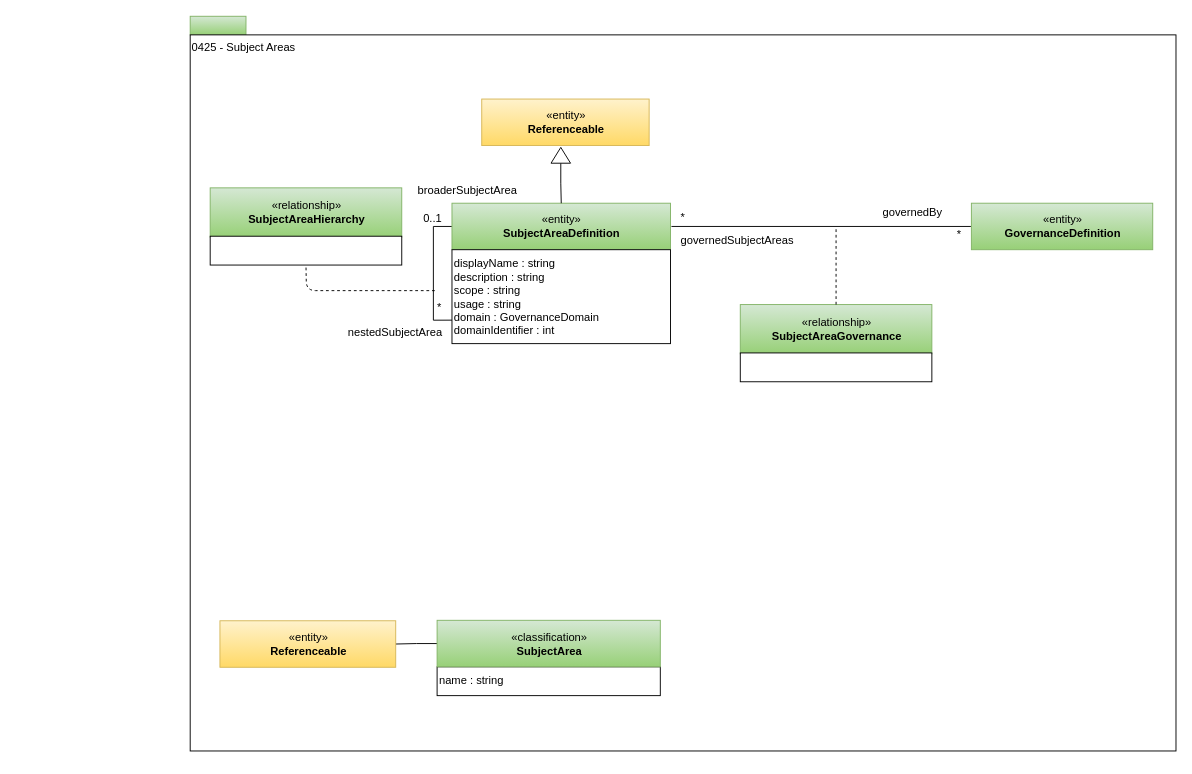
odpi/egeria keeps this draw.io diagram as page "0425-Subject-Areas" (11 of 25) of open-metadata-publication/website/open-metadata-types/area-4-governance.drawio. Above is the earlier version. Source tidied: cells renumbered, new cells numbered last; positions are measured from the earlier drawing's top-left corner, leaving out a move shared by most shapes. Both pictures are drawn from the tidied source at 93%, with x=0, y=0 at pixel (190, 16).
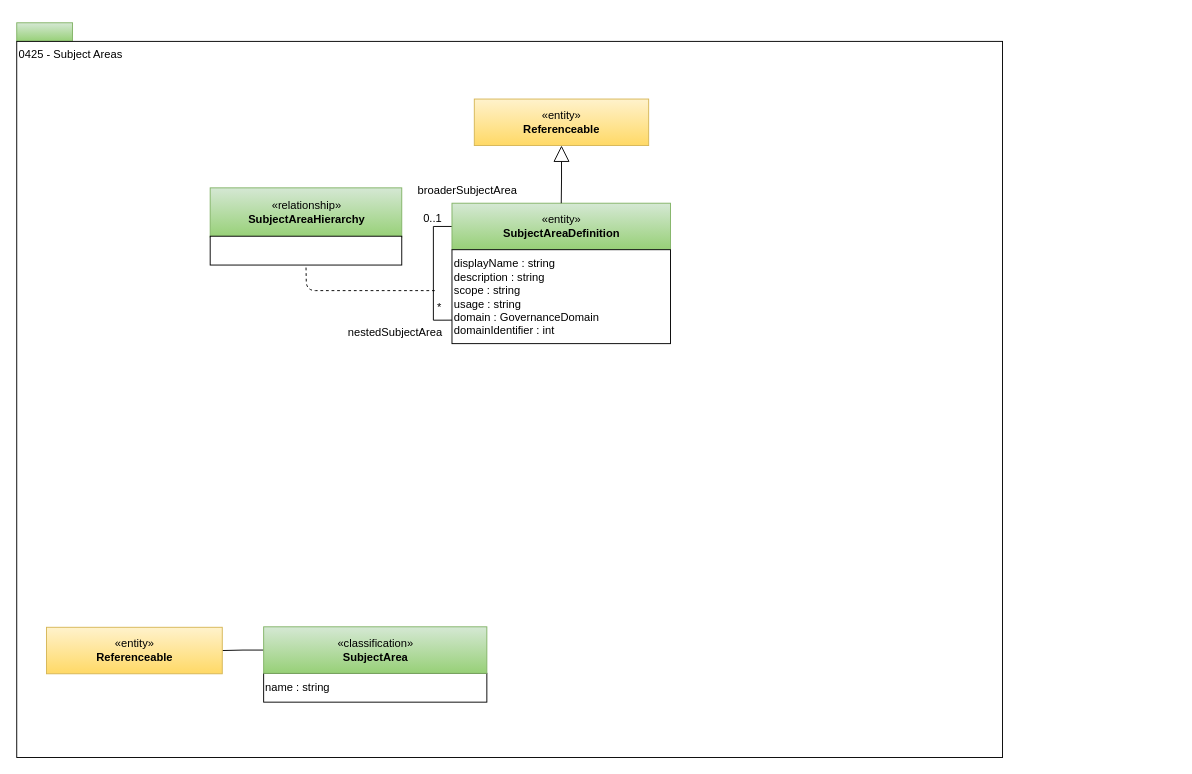
After the change.

The change refers to these unchanged cells:
```xml
<mxCell id="9" value="«entity»&lt;br&gt;&lt;b&gt;SubjectAreaDefinition&lt;/b&gt;" style="html=1;strokeColor=#82b366;align=center;fillColor=#d5e8d4;gradientColor=#97d077;" parent="1" vertex="1">
  <mxGeometry x="281.5" y="201" width="235" height="50" as="geometry" />
</mxCell>
```

The edit, as a diff of the source:
```diff
@@
     <mxCell id="2" style="rounded=0;whiteSpace=wrap;html=1;align=left;fillColor=#d5e8d4;strokeColor=#82b366;gradientColor=#97d077;" parent="1" vertex="1">
-      <mxGeometry width="60" height="20" as="geometry" />
+      <mxGeometry x="-186.5" y="7" width="60" height="20" as="geometry" />
     </mxCell>
     <mxCell id="3" value="0425 - Subject Areas" style="rounded=0;html=1;align=left;verticalAlign=top;" parent="1" vertex="1">
-      <mxGeometry y="20" width="1060" height="770" as="geometry" />
+      <mxGeometry x="-186.5" y="27" width="1060" height="770" as="geometry" />
     </mxCell>
@@
     <mxCell id="5" value="«entity»&lt;br&gt;&lt;b&gt;Referenceable&lt;/b&gt;" style="html=1;strokeColor=#d6b656;align=center;fillColor=#fff2cc;gradientColor=#ffd966;" parent="1" vertex="1">
-      <mxGeometry x="32" y="650" width="189" height="50" as="geometry" />
+      <mxGeometry x="-154.5" y="657" width="189" height="50" as="geometry" />
     </mxCell>
     <mxCell id="6" value="name : string&lt;br&gt;&lt;div style=&quot;text-align: left&quot;&gt;&lt;/div&gt;" style="rounded=0;whiteSpace=wrap;html=1;strokeColor=#000000;gradientColor=#ffffff;align=left;" parent="1" vertex="1">
-      <mxGeometry x="265.5" y="699.5" width="240" height="31" as="geometry" />
+      <mxGeometry x="79" y="706.5" width="240" height="31" as="geometry" />
     </mxCell>
     <mxCell id="7" value="«classification»&lt;br&gt;&lt;b&gt;SubjectArea&lt;/b&gt;" style="html=1;strokeColor=#82b366;align=center;fillColor=#d5e8d4;gradientColor=#97d077;" parent="1" vertex="1">
-      <mxGeometry x="265.5" y="649.5" width="240" height="50" as="geometry" />
+      <mxGeometry x="79" y="656.5" width="240" height="50" as="geometry" />
     </mxCell>
@@
     <mxCell id="10" value="«entity»&lt;br&gt;&lt;b&gt;Referenceable&lt;/b&gt;" style="html=1;strokeColor=#d6b656;align=center;fillColor=#fff2cc;gradientColor=#ffd966;" parent="1" vertex="1">
-      <mxGeometry x="313.5" y="89" width="180" height="50" as="geometry" />
+      <mxGeometry x="305.5" y="89" width="187.5" height="50" as="geometry" />
     </mxCell>
-    <mxCell id="11" style="edgeStyle=orthogonalEdgeStyle;rounded=0;html=1;exitX=0;exitY=0.5;entryX=0.5;entryY=0;jettySize=auto;endArrow=none;endFill=0;" parent="1" edge="1" source="12" target="9">
+    <mxCell id="11" style="edgeStyle=orthogonalEdgeStyle;rounded=0;html=1;exitX=0.5;exitY=1;entryX=0.5;entryY=0;jettySize=auto;endArrow=none;endFill=0;exitDx=0;exitDy=0;startArrow=block;startFill=0;targetPerimeterSpacing=0;endSize=6;startSize=15;" parent="1" edge="1" source="10" target="9">
       <mxGeometry relative="1" as="geometry" />
     </mxCell>
-    <mxCell id="12" style="triangle;whiteSpace=wrap;html=1;strokeColor=#000000;gradientColor=#ffffff;align=center;rotation=-90;" parent="1" vertex="1">
-      <mxGeometry x="390" y="139" width="17" height="21" as="geometry" />
-    </mxCell>
@@
-    <mxCell id="14" style="edgeStyle=orthogonalEdgeStyle;rounded=0;html=1;exitX=1;exitY=0.5;entryX=0;entryY=0.5;jettySize=auto;orthogonalLoop=1;endArrow=none;endFill=0;" parent="1" edge="1">
-      <mxGeometry relative="1" as="geometry">
-        <mxPoint x="517.5" y="226" as="sourcePoint" />
-        <mxPoint x="839.5" y="226" as="targetPoint" />
-      </mxGeometry>
-    </mxCell>
-    <mxCell id="15" value="*" style="text;html=1;strokeColor=none;fillColor=none;align=center;verticalAlign=middle;whiteSpace=wrap;rounded=0;" parent="1" vertex="1">
-      <mxGeometry x="813.5" y="226" width="26" height="18" as="geometry" />
-    </mxCell>
-    <mxCell id="16" value="«relationship»&lt;br&gt;&lt;b&gt;SubjectAreaGovernance&lt;/b&gt;" style="html=1;strokeColor=#82b366;align=center;fillColor=#d5e8d4;gradientColor=#97d077;" parent="1" vertex="1">
-      <mxGeometry x="591.5" y="310" width="206" height="53" as="geometry" />
-    </mxCell>
-    <mxCell id="17" style="endArrow=none;dashed=1;html=1;" parent="1" edge="1" target="16">
-      <mxGeometry relative="1" as="geometry">
-        <mxPoint x="694.5" y="229" as="sourcePoint" />
-      </mxGeometry>
-    </mxCell>
-    <mxCell id="18" style="rounded=0;whiteSpace=wrap;html=1;strokeColor=#000000;gradientColor=#ffffff;align=left;" parent="1" vertex="1">
-      <mxGeometry x="591.5" y="362" width="206" height="31" as="geometry" />
-    </mxCell>
-    <mxCell id="19" value="governedBy" style="text;html=1;strokeColor=none;fillColor=none;align=center;verticalAlign=middle;whiteSpace=wrap;rounded=0;" parent="1" vertex="1">
-      <mxGeometry x="713.5" y="201" width="126" height="20" as="geometry" />
-    </mxCell>
-    <mxCell id="20" value="governedSubjectAreas" style="text;html=1;strokeColor=none;fillColor=none;align=center;verticalAlign=middle;whiteSpace=wrap;rounded=0;" parent="1" vertex="1">
-      <mxGeometry x="521" y="231" width="135" height="20" as="geometry" />
-    </mxCell>
-    <mxCell id="21" value="*" style="text;html=1;strokeColor=none;fillColor=none;align=center;verticalAlign=middle;whiteSpace=wrap;rounded=0;" parent="1" vertex="1">
-      <mxGeometry x="517" y="208" width="26" height="18" as="geometry" />
-    </mxCell>
-    <mxCell id="22" value="«entity»&lt;br&gt;&lt;b&gt;GovernanceDefinition&lt;/b&gt;" style="html=1;strokeColor=#82b366;align=center;fillColor=#d5e8d4;gradientColor=#97d077;" parent="1" vertex="1">
-      <mxGeometry x="840" y="201" width="195" height="50" as="geometry" />
-    </mxCell>
```
